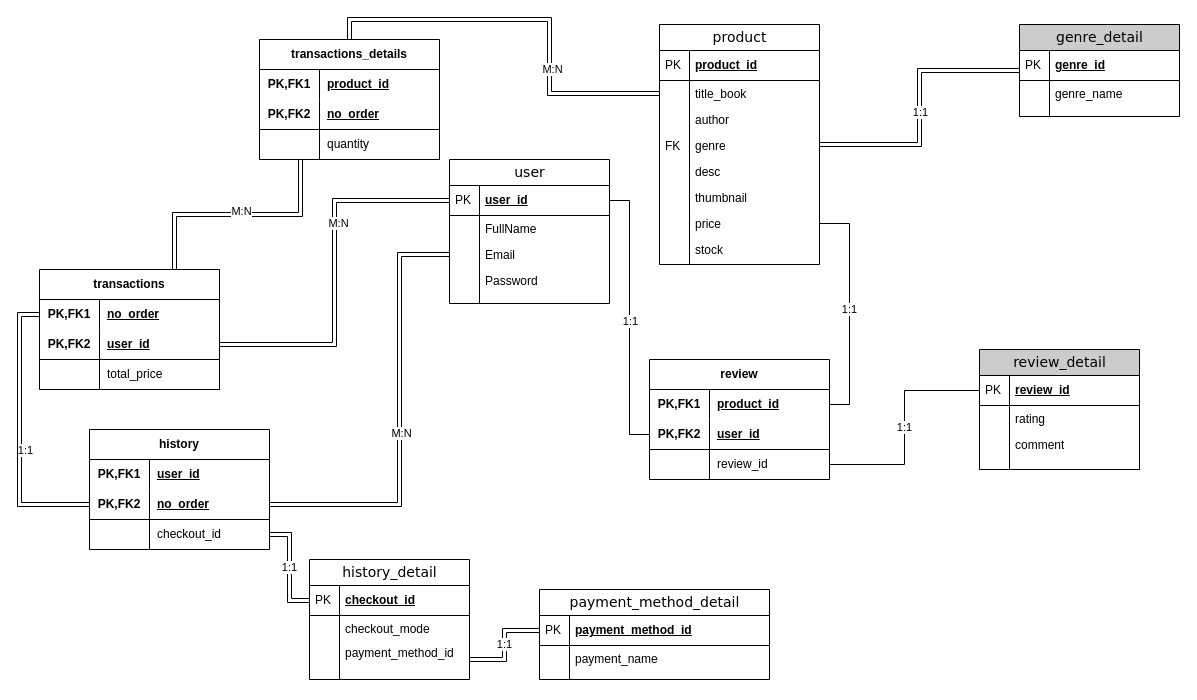
Before: Copy of BookBUZZ.drawio in ardy-yusuf-wibawa/BE_BOOKBUZZ, a draw.io diagram. Source tidied: cells renumbered, new cells numbered last; positions are measured from the earlier drawing's top-left corner, leaving out a move shared by most shapes. Both pictures are drawn from the tidied source at 100%, with x=0, y=0 at pixel (39, 24).
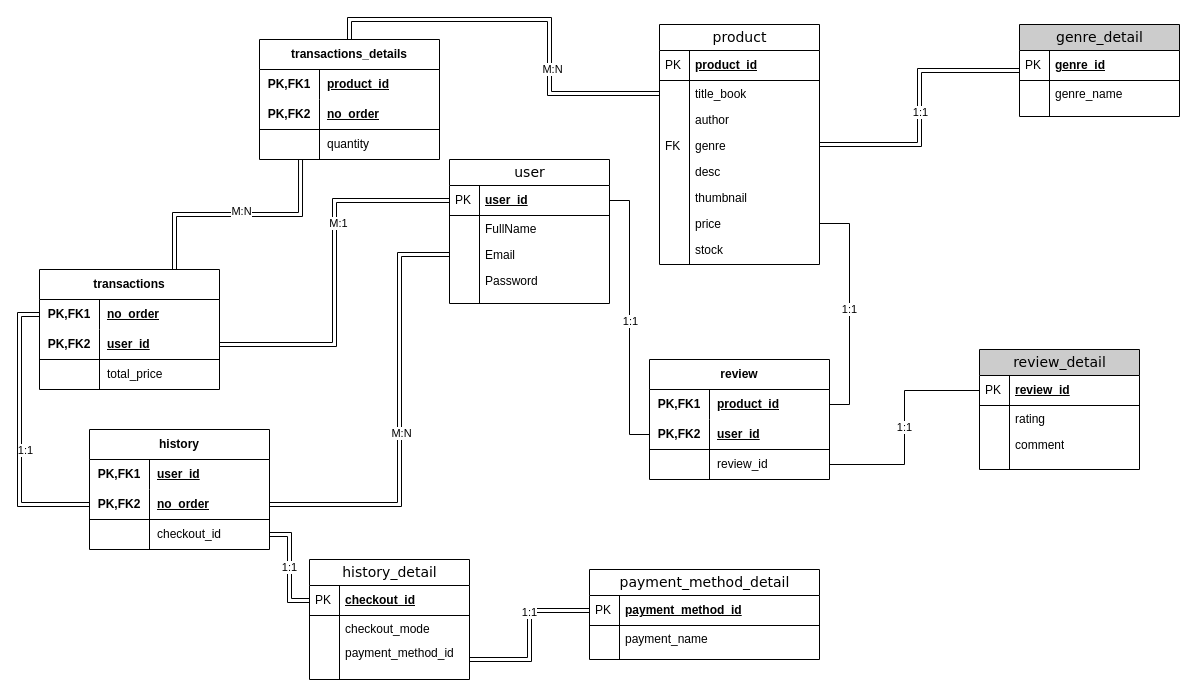
The same diagram, later.

The change refers to these unchanged cells:
```xml
<mxCell id="88" value="payment_method_id" style="shape=partialRectangle;top=0;left=0;right=0;bottom=0;html=1;align=left;verticalAlign=top;fillColor=none;spacingLeft=34;spacingRight=4;whiteSpace=wrap;overflow=hidden;points=[[0,0.5],[1,0.5]];portConstraint=eastwest;" parent="83" vertex="1">
  <mxGeometry y="80" width="160" height="40" as="geometry" />
</mxCell>
<mxCell id="91" value="payment_method_id" style="shape=partialRectangle;top=0;left=0;right=0;bottom=1;html=1;align=left;verticalAlign=middle;fillColor=none;spacingLeft=34;spacingRight=4;whiteSpace=wrap;overflow=hidden;points=[[0,0.5],[1,0.5]];portConstraint=eastwest;fontStyle=5;" parent="90" vertex="1">
  <mxGeometry y="26" width="230" height="30" as="geometry" />
</mxCell>
<mxCell id="110" style="edgeStyle=orthogonalEdgeStyle;rounded=0;jettySize=auto;html=1;exitX=0;exitY=0.5;exitDx=0;exitDy=0;entryX=1;entryY=0.5;entryDx=0;entryDy=0;shape=link;" parent="1" edge="1" source="3" target="47">
  <mxGeometry relative="1" as="geometry" />
</mxCell>
```

What changed in the source:
```diff
@@
     <mxCell id="90" value="payment_method_detail" style="swimlane;html=1;fontStyle=0;horizontal=1;startSize=26;fillColor=#FFFFFF;swimlaneFillColor=#ffffff;align=center;rounded=0;shadow=0;comic=0;labelBackgroundColor=none;strokeWidth=1;fontFamily=Verdana;fontSize=14;" parent="1" vertex="1">
-      <mxGeometry x="500" y="565" width="230" height="90" as="geometry" />
+      <mxGeometry x="550" y="545" width="230" height="90" as="geometry" />
     </mxCell>
@@
-    <mxCell id="111" value="M:N" style="edgeLabel;html=1;align=center;verticalAlign=middle;" parent="110" vertex="1">
+    <mxCell id="111" value="M:1" style="edgeLabel;html=1;align=center;verticalAlign=middle;" parent="110" vertex="1">
       <mxGeometry x="-0.27" y="3" relative="1" as="geometry" />
     </mxCell>
@@
     <mxCell id="117" value="1:1" style="edgeStyle=orthogonalEdgeStyle;rounded=0;jettySize=auto;html=1;exitX=1;exitY=0.5;exitDx=0;exitDy=0;entryX=0;entryY=0.5;entryDx=0;entryDy=0;shape=link;" parent="1" edge="1" source="88" target="91">
-      <mxGeometry relative="1" as="geometry" />
+      <mxGeometry x="0.27" relative="1" as="geometry" />
     </mxCell>
```
